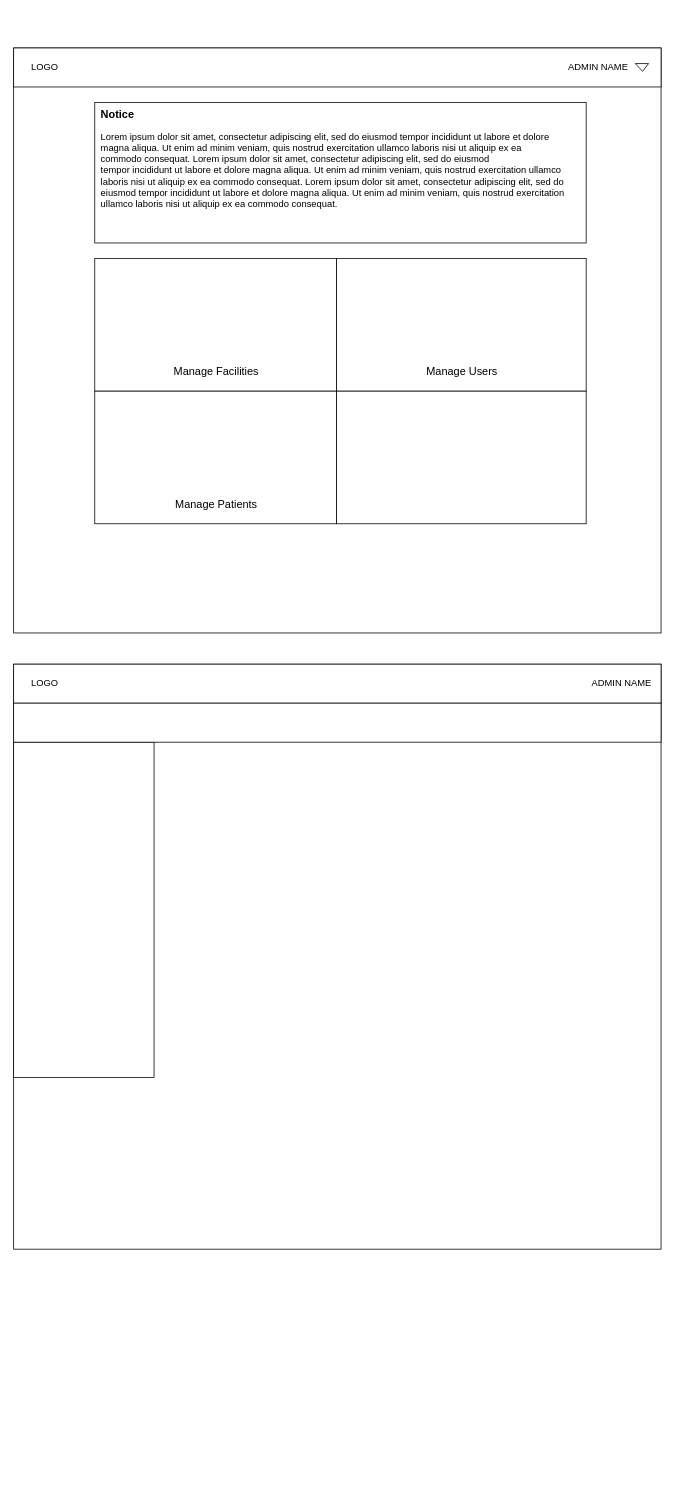
Before: diagrams/AdminPage.drawio in empty-works/plain-emrs-no-fw, a draw.io diagram. Source tidied: cells renumbered, new cells numbered last; positions are measured from the earlier drawing's top-left corner, leaving out a move shared by most shapes. Both pictures are drawn from the tidied source at 78%, with x=0, y=0 at pixel (13, 48).
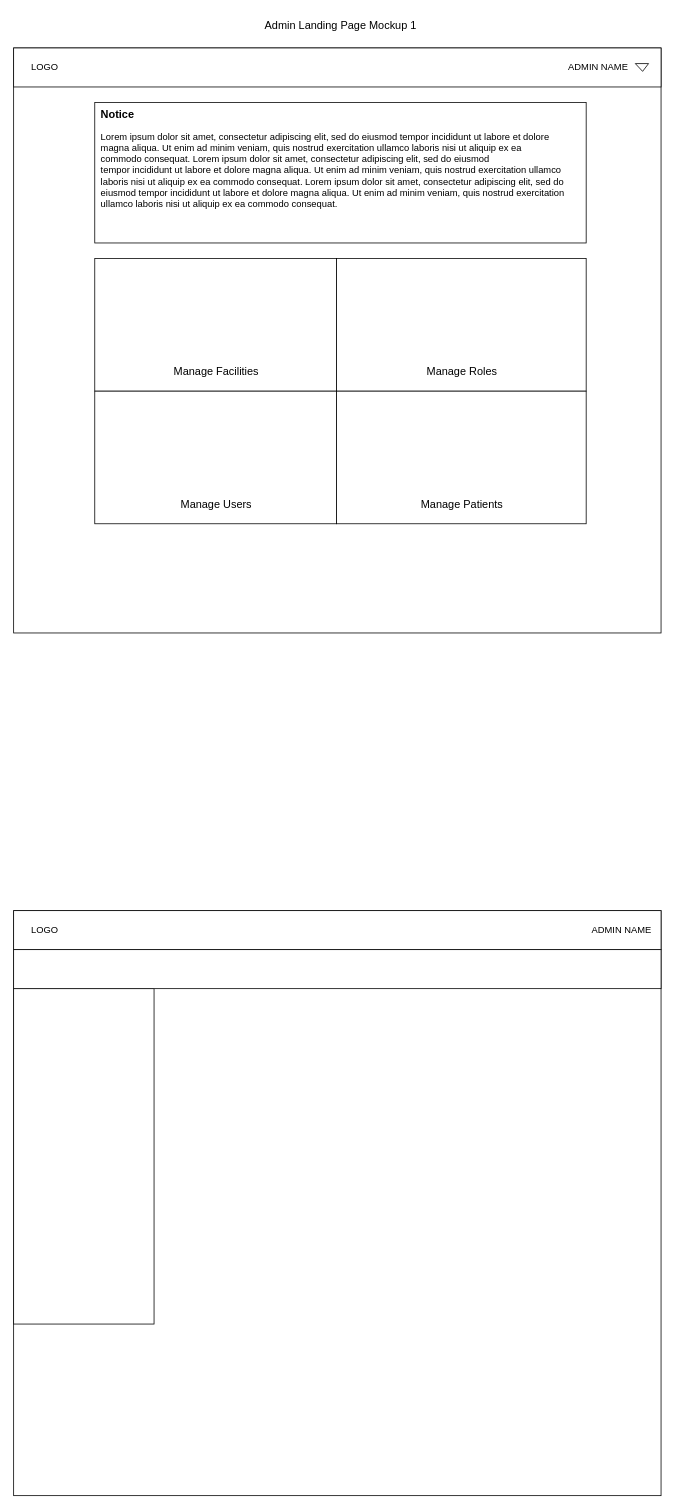
The same page after the edit.

Commit message:
Admin Landing Page Mockup 1 complete

What changed in the source:
```diff
@@
     <mxCell id="2" style="rounded=0;whiteSpace=wrap;html=1;" parent="1" vertex="1">
-      <mxGeometry y="790" width="830" height="750" as="geometry" />
+      <mxGeometry y="1106" width="830" height="750" as="geometry" />
     </mxCell>
     <mxCell id="3" style="rounded=0;whiteSpace=wrap;html=1;" parent="1" vertex="1">
-      <mxGeometry y="790" width="830" height="50" as="geometry" />
+      <mxGeometry y="1106" width="830" height="50" as="geometry" />
     </mxCell>
     <mxCell id="4" style="rounded=0;whiteSpace=wrap;html=1;" parent="1" vertex="1">
-      <mxGeometry y="890" width="180" height="430" as="geometry" />
+      <mxGeometry y="1206" width="180" height="430" as="geometry" />
     </mxCell>
     <mxCell id="5" value="LOGO" style="text;html=1;strokeColor=none;fillColor=none;align=center;verticalAlign=middle;whiteSpace=wrap;rounded=0;" parent="1" vertex="1">
-      <mxGeometry x="10" y="800" width="60" height="30" as="geometry" />
+      <mxGeometry x="10" y="1116" width="60" height="30" as="geometry" />
     </mxCell>
     <mxCell id="6" value="ADMIN NAME" style="text;html=1;strokeColor=none;fillColor=none;align=right;verticalAlign=middle;whiteSpace=wrap;rounded=0;" parent="1" vertex="1">
-      <mxGeometry x="640" y="800" width="180" height="30" as="geometry" />
+      <mxGeometry x="640" y="1116" width="180" height="30" as="geometry" />
     </mxCell>
     <mxCell id="7" style="rounded=0;whiteSpace=wrap;html=1;" parent="1" vertex="1">
-      <mxGeometry y="840" width="830" height="50" as="geometry" />
+      <mxGeometry y="1156" width="830" height="50" as="geometry" />
     </mxCell>
@@
-    <mxCell id="20" value="Manage Users" style="text;html=1;strokeColor=none;fillColor=none;align=center;verticalAlign=middle;whiteSpace=wrap;rounded=0;fontSize=14;" parent="1" vertex="1">
+    <mxCell id="20" value="Manage Roles" style="text;html=1;strokeColor=none;fillColor=none;align=center;verticalAlign=middle;whiteSpace=wrap;rounded=0;fontSize=14;" parent="1" vertex="1">
       <mxGeometry x="420" y="400" width="310" height="30" as="geometry" />
     </mxCell>
-    <mxCell id="21" value="Manage Patients" style="text;html=1;strokeColor=none;fillColor=none;align=center;verticalAlign=middle;whiteSpace=wrap;rounded=0;fontSize=14;" parent="1" vertex="1">
+    <mxCell id="21" value="Manage Users" style="text;html=1;strokeColor=none;fillColor=none;align=center;verticalAlign=middle;whiteSpace=wrap;rounded=0;fontSize=14;" parent="1" vertex="1">
       <mxGeometry x="110" y="570" width="300" height="30" as="geometry" />
     </mxCell>
@@
+    <mxCell id="23" value="&lt;div&gt;Manage Patients&lt;br&gt;&lt;/div&gt;" style="text;html=1;strokeColor=none;fillColor=none;align=center;verticalAlign=middle;whiteSpace=wrap;rounded=0;fontSize=14;" parent="1" vertex="1">
+      <mxGeometry x="420" y="570" width="310" height="30" as="geometry" />
+    </mxCell>
+    <mxCell id="24" value="Admin Landing Page Mockup 1" style="text;html=1;strokeColor=none;fillColor=none;align=center;verticalAlign=middle;whiteSpace=wrap;rounded=0;fontSize=14;" parent="1" vertex="1">
+      <mxGeometry x="241.5" y="-44" width="355" height="30" as="geometry" />
+    </mxCell>
```
